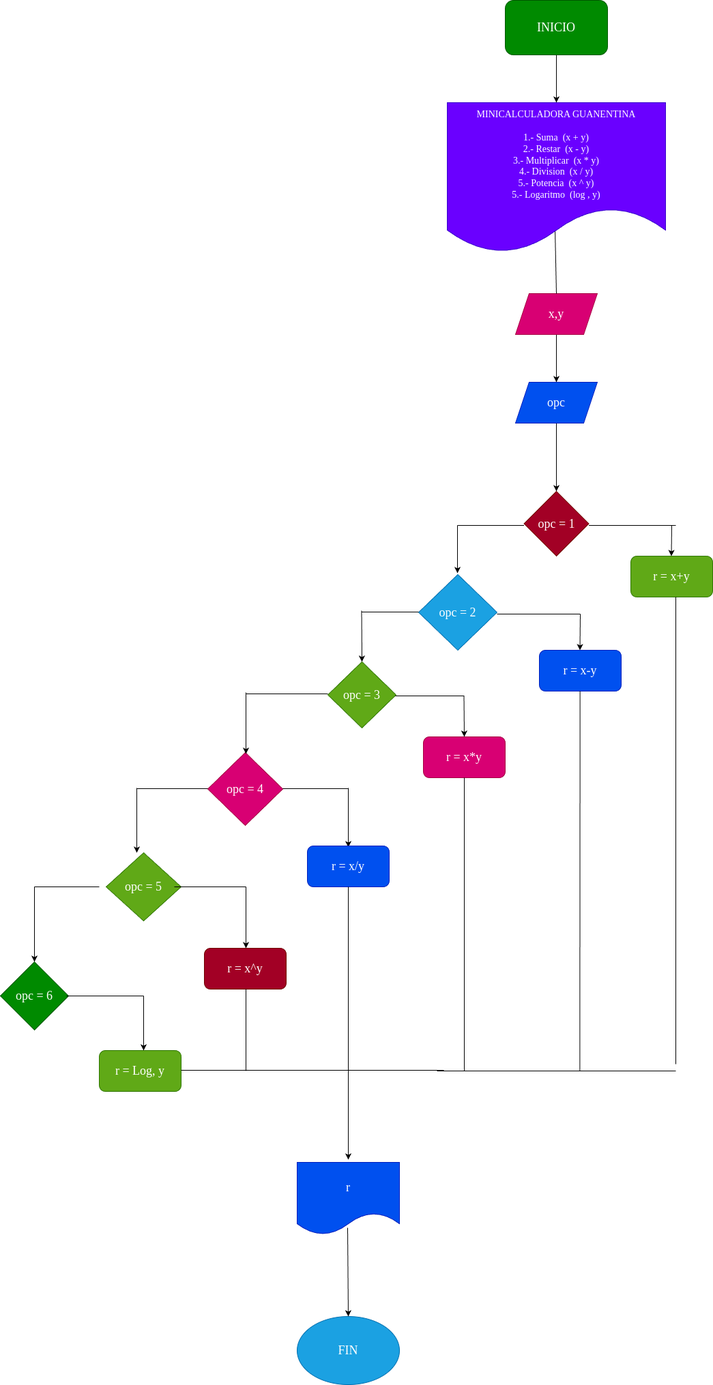
Above: diagrama.png in SamyrArchila/minicalculadora_guanentina (draw.io), before the change. Source tidied: cells renumbered, new cells last; positions are measured from the earlier drawing's top-left corner, leaving out a move shared by most shapes.
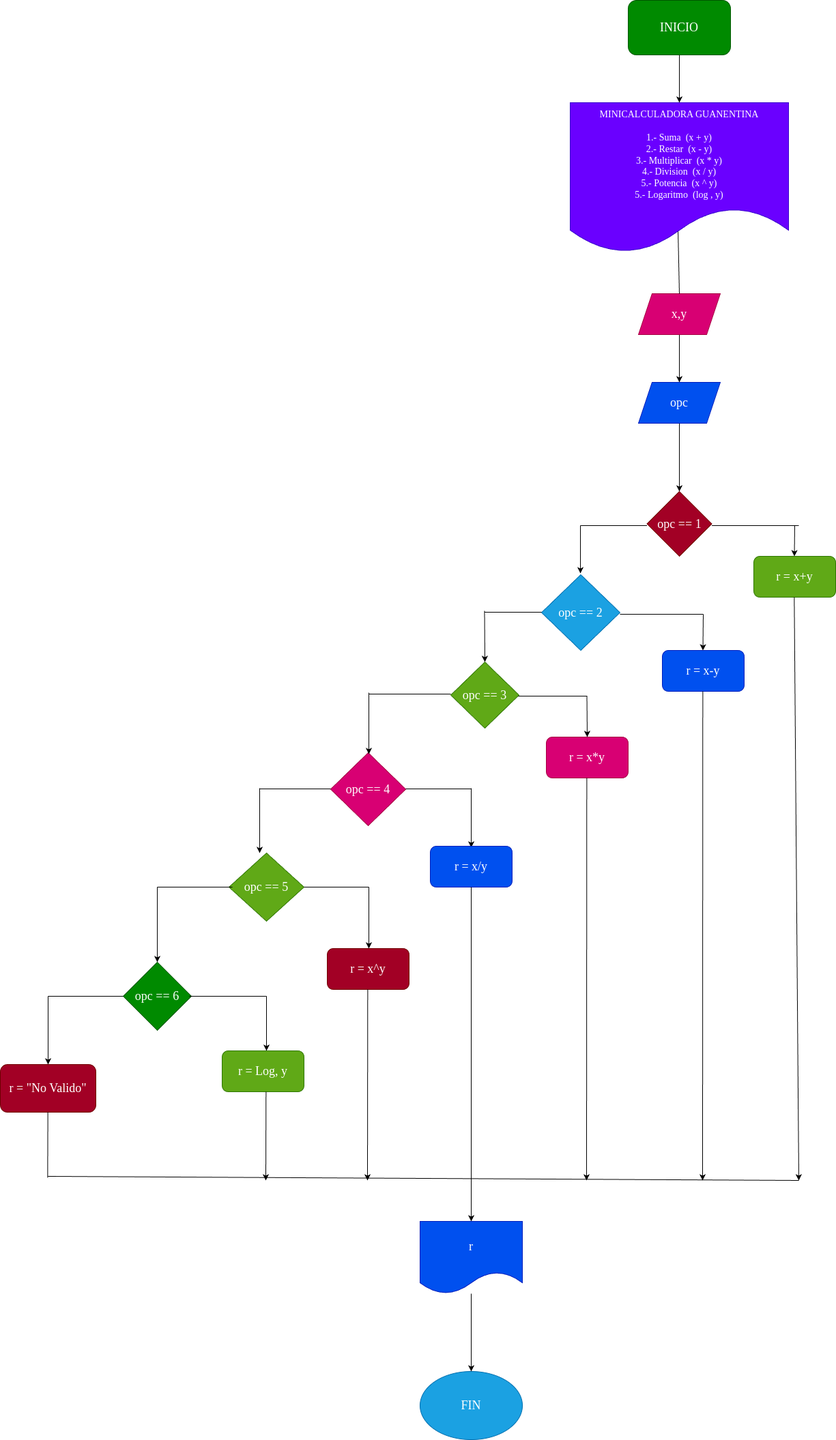
Later version of the same file.

Diff of the diagram source:
```diff
@@ -26,13 +26,13 @@
     <mxCell id="9" style="endArrow=none;html=1;exitX=0.5;exitY=0;exitDx=0;exitDy=0;entryX=0.494;entryY=0.859;entryDx=0;entryDy=0;entryPerimeter=0;" parent="1" edge="1" source="6" target="4">
       <mxGeometry relative="1" as="geometry" />
     </mxCell>
-    <mxCell id="10" value="&lt;font face=&quot;Times New Roman&quot; style=&quot;font-size: 18px;&quot;&gt;opc = 1&lt;/font&gt;" style="rhombus;whiteSpace=wrap;html=1;fillColor=#a20025;fontColor=#ffffff;strokeColor=#6F0000;" parent="1" vertex="1">
+    <mxCell id="10" value="&lt;font face=&quot;Times New Roman&quot; style=&quot;font-size: 18px;&quot;&gt;opc == 1&lt;/font&gt;" style="rhombus;whiteSpace=wrap;html=1;fillColor=#a20025;fontColor=#ffffff;strokeColor=#6F0000;" parent="1" vertex="1">
       <mxGeometry x="767.5" y="720" width="95" height="95" as="geometry" />
     </mxCell>
     <mxCell id="11" value="r = x+y" style="rounded=1;whiteSpace=wrap;html=1;fontFamily=Times New Roman;fontSize=18;fillColor=#60a917;fontColor=#ffffff;strokeColor=#2D7600;" parent="1" vertex="1">
       <mxGeometry x="924" y="815" width="120" height="60" as="geometry" />
     </mxCell>
-    <mxCell id="12" value="opc = 2" style="rhombus;whiteSpace=wrap;html=1;fontFamily=Times New Roman;fontSize=18;fillColor=#1ba1e2;fontColor=#ffffff;strokeColor=#006EAF;" parent="1" vertex="1">
+    <mxCell id="12" value="opc == 2" style="rhombus;whiteSpace=wrap;html=1;fontFamily=Times New Roman;fontSize=18;fillColor=#1ba1e2;fontColor=#ffffff;strokeColor=#006EAF;" parent="1" vertex="1">
       <mxGeometry x="613" y="842" width="115" height="111" as="geometry" />
     </mxCell>
     <mxCell id="13" value="r = x-y" style="rounded=1;whiteSpace=wrap;html=1;fontFamily=Times New Roman;fontSize=18;fillColor=#0050ef;fontColor=#ffffff;strokeColor=#001DBC;" parent="1" vertex="1">
@@ -80,7 +80,7 @@
         <mxPoint x="613" y="897" as="targetPoint" />
       </mxGeometry>
     </mxCell>
-    <mxCell id="21" value="opc = 3" style="rhombus;whiteSpace=wrap;html=1;fontFamily=Times New Roman;fontSize=18;fillColor=#60a917;fontColor=#ffffff;strokeColor=#2D7600;" parent="1" vertex="1">
+    <mxCell id="21" value="opc == 3" style="rhombus;whiteSpace=wrap;html=1;fontFamily=Times New Roman;fontSize=18;fillColor=#60a917;fontColor=#ffffff;strokeColor=#2D7600;" parent="1" vertex="1">
       <mxGeometry x="480" y="970" width="100" height="97" as="geometry" />
     </mxCell>
     <mxCell id="22" style="endArrow=classic;html=1;fontFamily=Times New Roman;fontSize=18;entryX=0.5;entryY=0;entryDx=0;entryDy=0;" parent="1" edge="1" target="21">
@@ -109,7 +109,7 @@
         <mxPoint x="480" y="1017" as="targetPoint" />
       </mxGeometry>
     </mxCell>
-    <mxCell id="27" value="opc = 4" style="rhombus;whiteSpace=wrap;html=1;fontFamily=Times New Roman;fontSize=18;fillColor=#d80073;fontColor=#ffffff;strokeColor=#A50040;" parent="1" vertex="1">
+    <mxCell id="27" value="opc == 4" style="rhombus;whiteSpace=wrap;html=1;fontFamily=Times New Roman;fontSize=18;fillColor=#d80073;fontColor=#ffffff;strokeColor=#A50040;" parent="1" vertex="1">
       <mxGeometry x="304" y="1103" width="110" height="107" as="geometry" />
     </mxCell>
     <mxCell id="28" style="endArrow=classic;html=1;fontFamily=Times New Roman;fontSize=18;" parent="1" edge="1">
@@ -145,12 +145,11 @@
         <mxPoint x="200" y="1250" as="targetPoint" />
       </mxGeometry>
     </mxCell>
-    <mxCell id="34" value="opc = 5" style="rhombus;whiteSpace=wrap;html=1;fontFamily=Times New Roman;fontSize=18;fillColor=#60a917;fontColor=#ffffff;strokeColor=#2D7600;" parent="1" vertex="1">
+    <mxCell id="34" value="opc == 5" style="rhombus;whiteSpace=wrap;html=1;fontFamily=Times New Roman;fontSize=18;fillColor=#60a917;fontColor=#ffffff;strokeColor=#2D7600;" parent="1" vertex="1">
       <mxGeometry x="155" y="1250" width="110" height="100" as="geometry" />
     </mxCell>
-    <mxCell id="35" style="endArrow=none;html=1;fontFamily=Times New Roman;fontSize=18;" parent="1" edge="1">
+    <mxCell id="35" style="endArrow=none;html=1;fontFamily=Times New Roman;fontSize=18;exitX=1;exitY=0.5;exitDx=0;exitDy=0;" parent="1" edge="1" source="34">
       <mxGeometry relative="1" as="geometry">
-        <mxPoint x="255" y="1300" as="sourcePoint" />
         <mxPoint x="360" y="1300" as="targetPoint" />
       </mxGeometry>
     </mxCell>
@@ -163,10 +162,9 @@
     <mxCell id="37" value="r = x^y" style="rounded=1;whiteSpace=wrap;html=1;fontFamily=Times New Roman;fontSize=18;fillColor=#a20025;fontColor=#ffffff;strokeColor=#6F0000;" parent="1" vertex="1">
       <mxGeometry x="299" y="1390" width="120" height="60" as="geometry" />
     </mxCell>
-    <mxCell id="38" style="endArrow=none;html=1;fontFamily=Times New Roman;fontSize=18;" parent="1" edge="1">
+    <mxCell id="38" style="endArrow=none;html=1;fontFamily=Times New Roman;fontSize=18;entryX=0.045;entryY=0.5;entryDx=0;entryDy=0;entryPerimeter=0;" parent="1" edge="1" target="34">
       <mxGeometry relative="1" as="geometry">
         <mxPoint x="50" y="1300" as="sourcePoint" />
-        <mxPoint x="145" y="1300" as="targetPoint" />
       </mxGeometry>
     </mxCell>
     <mxCell id="39" style="endArrow=classic;html=1;fontFamily=Times New Roman;fontSize=18;" parent="1" edge="1">
@@ -175,7 +173,7 @@
         <mxPoint x="50" y="1410" as="targetPoint" />
       </mxGeometry>
     </mxCell>
-    <mxCell id="40" value="opc = 6" style="rhombus;whiteSpace=wrap;html=1;fontFamily=Times New Roman;fontSize=18;fillColor=#008a00;fontColor=#ffffff;strokeColor=#005700;" parent="1" vertex="1">
+    <mxCell id="40" value="opc == 6" style="rhombus;whiteSpace=wrap;html=1;fontFamily=Times New Roman;fontSize=18;fillColor=#008a00;fontColor=#ffffff;strokeColor=#005700;" parent="1" vertex="1">
       <mxGeometry y="1410" width="100" height="100" as="geometry" />
     </mxCell>
     <mxCell id="41" style="endArrow=none;html=1;fontFamily=Times New Roman;fontSize=18;" parent="1" edge="1">
@@ -196,64 +194,79 @@
     <mxCell id="43" value="r = Log, y" style="rounded=1;whiteSpace=wrap;html=1;fontFamily=Times New Roman;fontSize=18;fillColor=#60a917;fontColor=#ffffff;strokeColor=#2D7600;" parent="1" vertex="1">
       <mxGeometry x="145" y="1540" width="120" height="60" as="geometry" />
     </mxCell>
-    <mxCell id="44" style="endArrow=none;html=1;fontFamily=Times New Roman;fontSize=18;" parent="1" edge="1">
-      <mxGeometry relative="1" as="geometry">
-        <mxPoint x="265" y="1569" as="sourcePoint" />
-        <mxPoint x="650" y="1569" as="targetPoint" />
-      </mxGeometry>
-    </mxCell>
-    <mxCell id="45" style="endArrow=none;html=1;fontFamily=Times New Roman;fontSize=18;" parent="1" edge="1">
-      <mxGeometry relative="1" as="geometry">
-        <mxPoint x="849.3" y="1570" as="sourcePoint" />
-        <mxPoint x="849.7" y="1013" as="targetPoint" />
-      </mxGeometry>
-    </mxCell>
-    <mxCell id="46" style="endArrow=none;html=1;fontFamily=Times New Roman;fontSize=18;" parent="1" edge="1">
-      <mxGeometry relative="1" as="geometry">
-        <mxPoint x="360" y="1570" as="sourcePoint" />
-        <mxPoint x="360" y="1450" as="targetPoint" />
-      </mxGeometry>
-    </mxCell>
-    <mxCell id="47" style="endArrow=none;html=1;fontFamily=Times New Roman;fontSize=18;" parent="1" edge="1">
-      <mxGeometry relative="1" as="geometry">
-        <mxPoint x="510" y="1570" as="sourcePoint" />
-        <mxPoint x="510" y="1300" as="targetPoint" />
-      </mxGeometry>
-    </mxCell>
-    <mxCell id="48" style="endArrow=none;html=1;fontFamily=Times New Roman;fontSize=18;" parent="1" edge="1">
-      <mxGeometry relative="1" as="geometry">
-        <mxPoint x="680" y="1570" as="sourcePoint" />
-        <mxPoint x="680" y="1140" as="targetPoint" />
-      </mxGeometry>
-    </mxCell>
-    <mxCell id="49" style="endArrow=none;html=1;fontFamily=Times New Roman;fontSize=18;" parent="1" edge="1">
-      <mxGeometry relative="1" as="geometry">
-        <mxPoint x="990" y="1560" as="sourcePoint" />
-        <mxPoint x="990" y="875" as="targetPoint" />
-      </mxGeometry>
-    </mxCell>
-    <mxCell id="50" style="endArrow=none;html=1;fontFamily=Times New Roman;fontSize=18;" parent="1" edge="1">
-      <mxGeometry relative="1" as="geometry">
-        <mxPoint x="640" y="1570" as="sourcePoint" />
-        <mxPoint x="990" y="1570" as="targetPoint" />
-      </mxGeometry>
-    </mxCell>
-    <mxCell id="51" style="endArrow=classic;html=1;fontFamily=Times New Roman;fontSize=18;" parent="1" edge="1">
-      <mxGeometry relative="1" as="geometry">
-        <mxPoint x="510" y="1570" as="sourcePoint" />
-        <mxPoint x="510" y="1700" as="targetPoint" />
-      </mxGeometry>
+    <mxCell id="51" style="endArrow=classic;html=1;fontFamily=Times New Roman;fontSize=18;entryX=0.5;entryY=0;entryDx=0;entryDy=0;exitX=0.5;exitY=1;exitDx=0;exitDy=0;" parent="1" edge="1" source="31" target="52">
+      <mxGeometry relative="1" as="geometry" />
     </mxCell>
-    <mxCell id="52" value="r" style="shape=document;whiteSpace=wrap;html=1;boundedLbl=1;fontFamily=Times New Roman;fontSize=18;fillColor=#0050ef;fontColor=#ffffff;strokeColor=#001DBC;" parent="1" vertex="1">
-      <mxGeometry x="435" y="1704" width="150" height="106" as="geometry" />
-    </mxCell>
     <mxCell id="53" value="FIN" style="ellipse;whiteSpace=wrap;html=1;fontFamily=Times New Roman;fontSize=18;fillColor=#1ba1e2;fontColor=#ffffff;strokeColor=#006EAF;" parent="1" vertex="1">
-      <mxGeometry x="435" y="1930" width="150" height="100" as="geometry" />
+      <mxGeometry x="435" y="2010" width="150" height="100" as="geometry" />
     </mxCell>
-    <mxCell id="54" style="endArrow=classic;html=1;fontFamily=Times New Roman;fontSize=18;entryX=0.5;entryY=0;entryDx=0;entryDy=0;" parent="1" edge="1" target="53">
-      <mxGeometry relative="1" as="geometry">
-        <mxPoint x="509" y="1800" as="sourcePoint" />
-      </mxGeometry>
+    <mxCell id="54" style="endArrow=classic;html=1;fontFamily=Times New Roman;fontSize=18;entryX=0.5;entryY=0;entryDx=0;entryDy=0;startArrow=none;" parent="1" edge="1" source="52" target="53">
+      <mxGeometry relative="1" as="geometry" />
     </mxCell>
+    <mxCell id="55" style="endArrow=none;html=1;" parent="1" edge="1">
+      <mxGeometry relative="1" as="geometry">
+        <mxPoint x="-110" y="1460" as="sourcePoint" />
+        <mxPoint y="1460" as="targetPoint" />
+      </mxGeometry>
+    </mxCell>
+    <mxCell id="56" style="endArrow=classic;html=1;" parent="1" edge="1">
+      <mxGeometry relative="1" as="geometry">
+        <mxPoint x="-110" y="1460" as="sourcePoint" />
+        <mxPoint x="-110" y="1560" as="targetPoint" />
+      </mxGeometry>
+    </mxCell>
+    <mxCell id="57" value="&lt;font face=&quot;Times New Roman&quot; style=&quot;font-size: 18px;&quot;&gt;r = &quot;No Valido&quot;&lt;/font&gt;" style="rounded=1;whiteSpace=wrap;html=1;fillColor=#a20025;fontColor=#ffffff;strokeColor=#6F0000;" parent="1" vertex="1">
+      <mxGeometry x="-180" y="1560" width="140" height="70" as="geometry" />
+    </mxCell>
+    <mxCell id="58" style="endArrow=none;html=1;fontFamily=Times New Roman;fontSize=18;" parent="1" edge="1">
+      <mxGeometry relative="1" as="geometry">
+        <mxPoint x="-110.7" y="1726" as="sourcePoint" />
+        <mxPoint x="-110.3" y="1630" as="targetPoint" />
+      </mxGeometry>
+    </mxCell>
+    <mxCell id="59" style="endArrow=none;html=1;fontFamily=Times New Roman;fontSize=18;" parent="1" edge="1">
+      <mxGeometry relative="1" as="geometry">
+        <mxPoint x="-110" y="1724" as="sourcePoint" />
+        <mxPoint x="990" y="1730" as="targetPoint" />
+      </mxGeometry>
+    </mxCell>
+    <mxCell id="60" style="endArrow=none;html=1;fontFamily=Times New Roman;fontSize=18;entryX=0.5;entryY=0;entryDx=0;entryDy=0;" parent="1" edge="1" target="52">
+      <mxGeometry relative="1" as="geometry">
+        <mxPoint x="509" y="1800" as="sourcePoint" />
+      </mxGeometry>
+    </mxCell>
+    <mxCell id="52" value="r" style="shape=document;whiteSpace=wrap;html=1;boundedLbl=1;fontFamily=Times New Roman;fontSize=18;fillColor=#0050ef;fontColor=#ffffff;strokeColor=#001DBC;" parent="1" vertex="1">
+      <mxGeometry x="435" y="1790" width="150" height="106" as="geometry" />
+    </mxCell>
+    <mxCell id="61" style="endArrow=classic;html=1;fontFamily=Times New Roman;fontSize=18;" parent="1" edge="1">
+      <mxGeometry relative="1" as="geometry">
+        <mxPoint x="983.3" y="875" as="sourcePoint" />
+        <mxPoint x="990" y="1730" as="targetPoint" />
+      </mxGeometry>
+    </mxCell>
+    <mxCell id="62" style="endArrow=classic;html=1;fontFamily=Times New Roman;fontSize=18;" parent="1" edge="1">
+      <mxGeometry relative="1" as="geometry">
+        <mxPoint x="679.3" y="1140" as="sourcePoint" />
+        <mxPoint x="679" y="1730" as="targetPoint" />
+      </mxGeometry>
+    </mxCell>
+    <mxCell id="63" style="endArrow=classic;html=1;fontFamily=Times New Roman;fontSize=18;" parent="1" edge="1">
+      <mxGeometry relative="1" as="geometry">
+        <mxPoint x="358.3" y="1450" as="sourcePoint" />
+        <mxPoint x="358" y="1730" as="targetPoint" />
+      </mxGeometry>
+    </mxCell>
+    <mxCell id="64" style="endArrow=classic;html=1;fontFamily=Times New Roman;fontSize=18;" parent="1" edge="1">
+      <mxGeometry relative="1" as="geometry">
+        <mxPoint x="209.3" y="1600" as="sourcePoint" />
+        <mxPoint x="209" y="1730" as="targetPoint" />
+      </mxGeometry>
+    </mxCell>
+    <mxCell id="65" style="endArrow=classic;html=1;fontFamily=Times New Roman;fontSize=18;" parent="1" edge="1">
+      <mxGeometry relative="1" as="geometry">
+        <mxPoint x="849.3" y="1013" as="sourcePoint" />
+        <mxPoint x="849" y="1730" as="targetPoint" />
+      </mxGeometry>
+    </mxCell>
   </root>
 </mxGraphModel>
```
